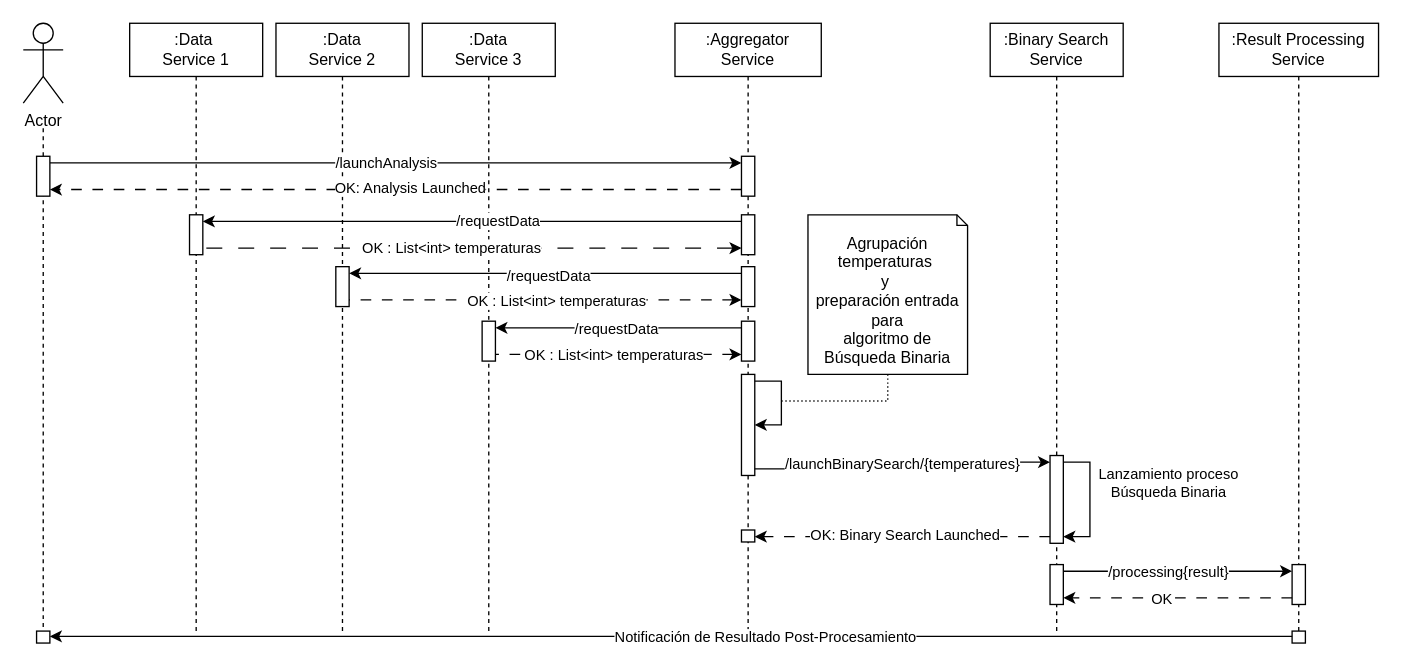
AlvaroMAM/TFM keeps this draw.io diagram as documents/tesis/diagrams/ClassicalApp_SequenceDiagram.drawio. Above is the earlier version. Source tidied: cells renumbered, new cells numbered last; positions are measured from the earlier drawing's top-left corner, leaving out a move shared by most shapes. Both pictures are drawn from the tidied source at 133%, with x=0, y=0 at pixel (23, 23).
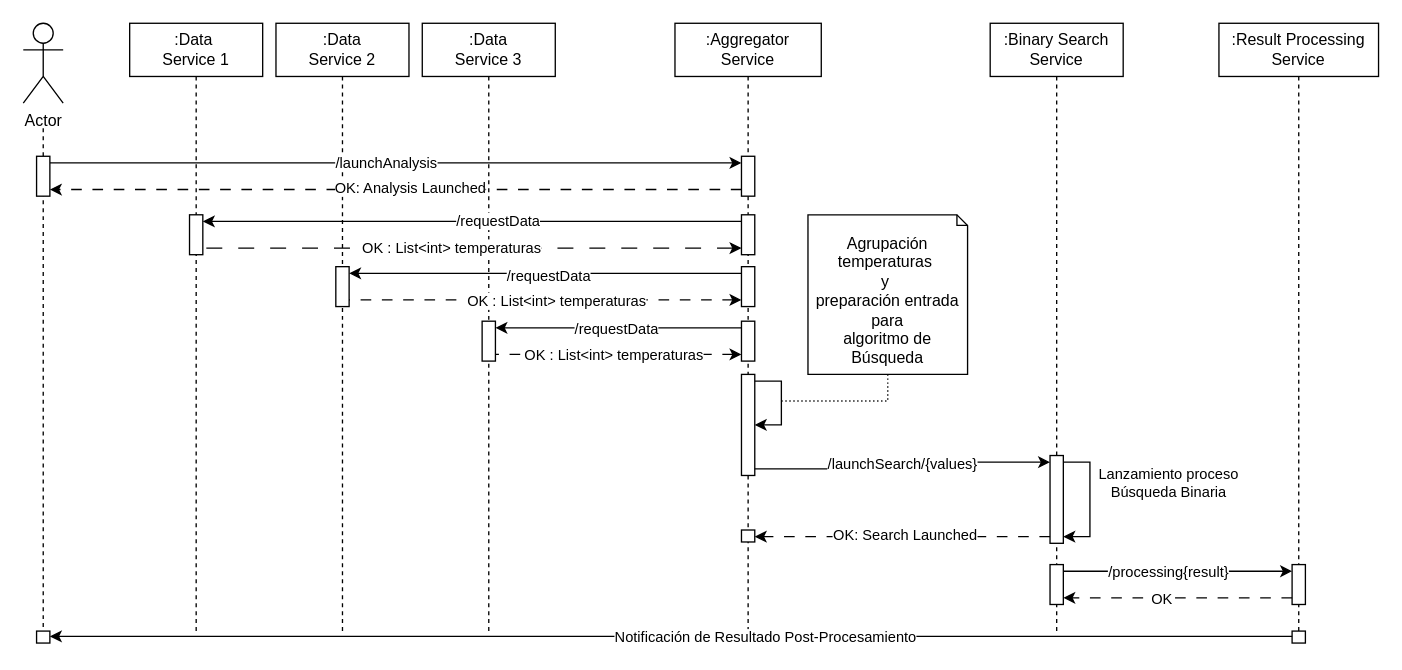
Above is the later version.

The change refers to these unchanged cells:
```xml
<mxCell id="36" style="edgeStyle=orthogonalEdgeStyle;rounded=0;jettySize=auto;html=1;curved=0;exitX=1;exitY=1;exitDx=0;exitDy=-5;exitPerimeter=0;entryX=0;entryY=0;entryDx=0;entryDy=5;entryPerimeter=0;" parent="1" edge="1" source="12" target="17">
  <mxGeometry relative="1" as="geometry" />
</mxCell>
<mxCell id="49" style="edgeStyle=orthogonalEdgeStyle;rounded=0;jettySize=auto;html=1;curved=0;exitX=0;exitY=1;exitDx=0;exitDy=-5;exitPerimeter=0;entryX=1;entryY=0;entryDx=0;entryDy=5;entryPerimeter=0;dashed=1;dashPattern=8 8;" parent="1" edge="1" source="17" target="14">
  <mxGeometry relative="1" as="geometry" />
</mxCell>
```

Change to the diagram source:
```diff
@@
-    <mxCell id="37" value="/launchBinarySearch/{temperatures}" style="edgeLabel;html=1;align=center;verticalAlign=middle;" parent="36" vertex="1">
+    <mxCell id="37" value="/launchSearch/{values}" style="edgeLabel;html=1;align=center;verticalAlign=middle;" parent="36" vertex="1">
       <mxGeometry x="0.06" relative="1" as="geometry">
         <mxPoint x="-5" y="1" as="offset" />
       </mxGeometry>
     </mxCell>
@@
-    <mxCell id="43" value="&lt;div&gt;Agrupación temperaturas&amp;nbsp;&lt;/div&gt;&lt;div&gt;y&amp;nbsp;&lt;/div&gt;&lt;div&gt;preparación entrada &lt;br&gt;&lt;/div&gt;&lt;div&gt;para&lt;/div&gt;algoritmo de Búsqueda Binaria" style="shape=note2;boundedLbl=1;whiteSpace=wrap;html=1;size=8;verticalAlign=top;align=center;" parent="1" vertex="1">
+    <mxCell id="43" value="&lt;div&gt;Agrupación temperaturas&amp;nbsp;&lt;/div&gt;&lt;div&gt;y&amp;nbsp;&lt;/div&gt;&lt;div&gt;preparación entrada &lt;br&gt;&lt;/div&gt;&lt;div&gt;para&lt;/div&gt;algoritmo de Búsqueda" style="shape=note2;boundedLbl=1;whiteSpace=wrap;html=1;size=8;verticalAlign=top;align=center;" parent="1" vertex="1">
       <mxGeometry x="590" y="144" width="120" height="120" as="geometry" />
     </mxCell>
@@
-    <mxCell id="50" value="OK: Binary Search Launched" style="edgeLabel;html=1;align=center;verticalAlign=middle;" parent="49" vertex="1">
+    <mxCell id="50" value="OK: Search Launched" style="edgeLabel;html=1;align=center;verticalAlign=middle;" parent="49" vertex="1">
       <mxGeometry x="-0.01" y="-2" relative="1" as="geometry" />
     </mxCell>
```
